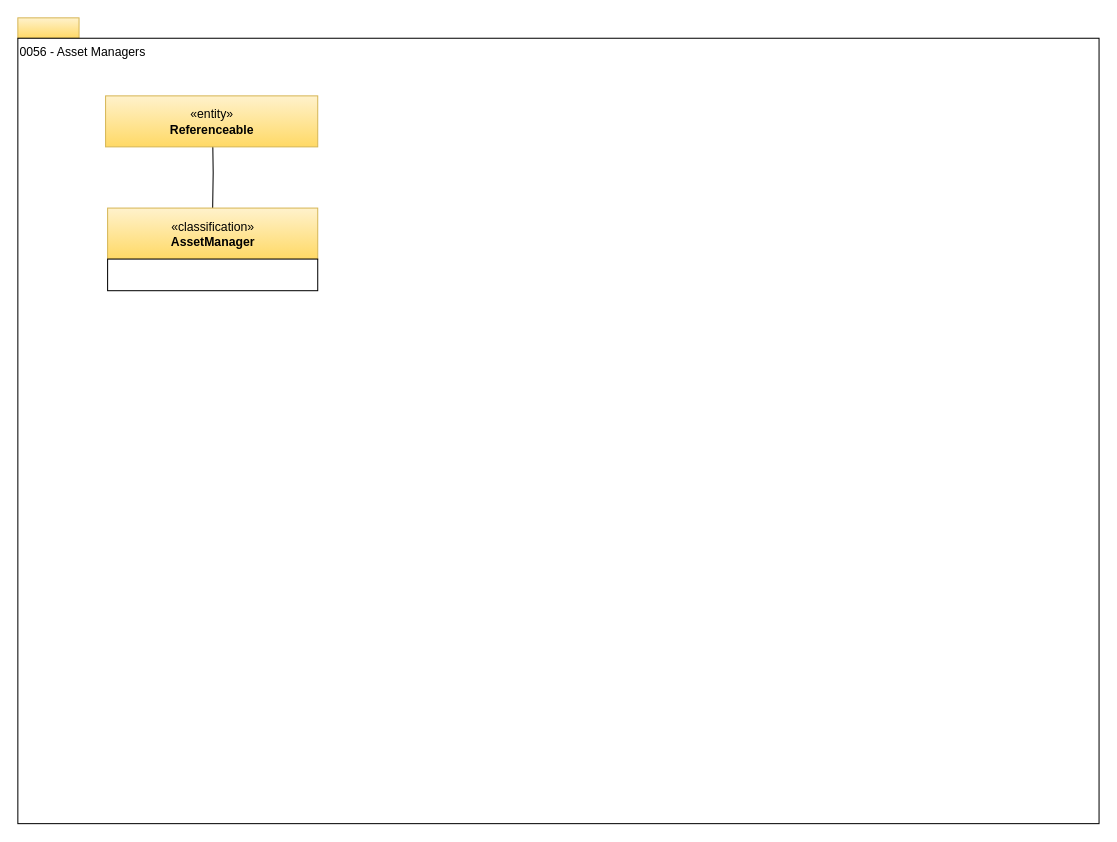
Before: page "0056-Asset-Managers" (19 of 22) of open-metadata-publication/website/open-metadata-types/area-0-basic-types-and-infrastructure.drawio in odpi/egeria, a draw.io diagram. Source tidied: cells renumbered, new cells numbered last; positions are measured from the earlier drawing's top-left corner, leaving out a move shared by most shapes. Both pictures are drawn from the tidied source at 102%, with x=0, y=0 at pixel (17, 17).
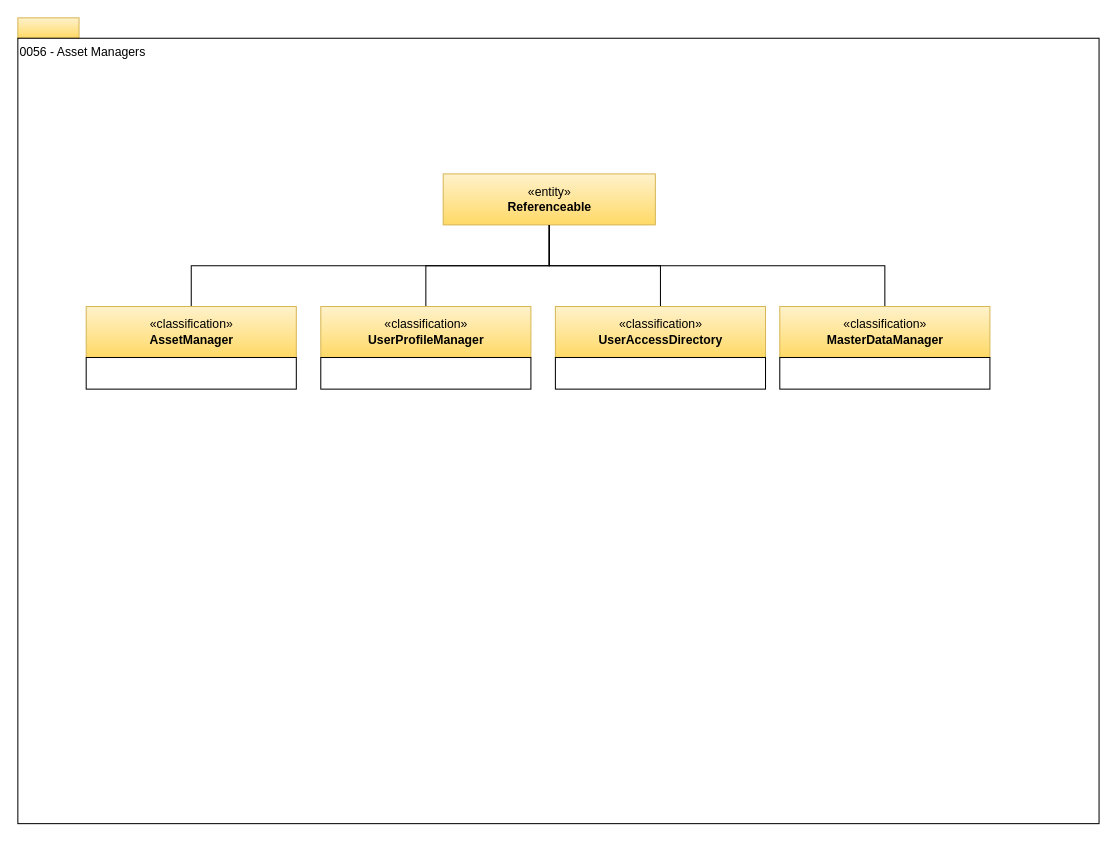
Above is the later version.

Change to the diagram source:
```diff
@@
 <mxGraphModel>
   <root>
     <mxCell id="0" />
     <mxCell id="1" parent="0" />
     <mxCell id="2" style="rounded=0;whiteSpace=wrap;html=1;align=left;fillColor=#fff2cc;strokeColor=#d6b656;gradientColor=#ffd966;" parent="1" vertex="1">
       <mxGeometry width="60" height="20" as="geometry" />
     </mxCell>
     <mxCell id="3" value="0056 - Asset Managers" style="rounded=0;whiteSpace=wrap;html=1;align=left;verticalAlign=top;" parent="1" vertex="1">
       <mxGeometry y="20" width="1060" height="770" as="geometry" />
     </mxCell>
-    <mxCell id="4" style="edgeStyle=orthogonalEdgeStyle;rounded=0;html=1;endArrow=none;endFill=0;jettySize=auto;" parent="1" edge="1" target="5">
-      <mxGeometry relative="1" as="geometry">
-        <mxPoint x="191" y="115.5" as="sourcePoint" />
-      </mxGeometry>
+    <mxCell id="4" style="edgeStyle=orthogonalEdgeStyle;rounded=0;html=1;endArrow=none;endFill=0;jettySize=auto;exitX=0.5;exitY=1;exitDx=0;exitDy=0;" parent="1" edge="1" source="7" target="5">
+      <mxGeometry relative="1" as="geometry" />
     </mxCell>
-    <mxCell id="5" value="«classification»&lt;br&gt;&lt;b&gt;AssetManager&lt;/b&gt;" style="html=1;strokeColor=#d6b656;align=center;fillColor=#fff2cc;gradientColor=#ffd966;" parent="1" vertex="1">
-      <mxGeometry x="88" y="186.5" width="206" height="50" as="geometry" />
+    <mxCell id="5" value="«classification»&lt;br&gt;&lt;b&gt;UserAccessDirectory&lt;/b&gt;" style="html=1;strokeColor=#d6b656;align=center;fillColor=#fff2cc;gradientColor=#ffd966;" parent="1" vertex="1">
+      <mxGeometry x="527" y="283" width="206" height="50" as="geometry" />
     </mxCell>
     <mxCell id="6" style="rounded=0;whiteSpace=wrap;html=1;strokeColor=#000000;gradientColor=#ffffff;align=center;" parent="1" vertex="1">
-      <mxGeometry x="88" y="236.5" width="206" height="31" as="geometry" />
+      <mxGeometry x="527" y="333" width="206" height="31" as="geometry" />
     </mxCell>
     <mxCell id="7" value="«entity»&lt;br&gt;&lt;b&gt;Referenceable&lt;/b&gt;" style="html=1;strokeColor=#d6b656;align=center;fillColor=#fff2cc;gradientColor=#ffd966;" parent="1" vertex="1">
-      <mxGeometry x="86" y="76.5" width="208" height="50" as="geometry" />
+      <mxGeometry x="417" y="153" width="208" height="50" as="geometry" />
     </mxCell>
+    <mxCell id="8" style="edgeStyle=orthogonalEdgeStyle;rounded=0;html=1;endArrow=none;endFill=0;jettySize=auto;exitX=0.5;exitY=1;exitDx=0;exitDy=0;" parent="1" edge="1" source="7" target="9">
+      <mxGeometry relative="1" as="geometry" />
+    </mxCell>
+    <mxCell id="9" value="«classification»&lt;br&gt;&lt;b&gt;UserProfileManager&lt;/b&gt;" style="html=1;strokeColor=#d6b656;align=center;fillColor=#fff2cc;gradientColor=#ffd966;" parent="1" vertex="1">
+      <mxGeometry x="297" y="283" width="206" height="50" as="geometry" />
+    </mxCell>
+    <mxCell id="10" style="rounded=0;whiteSpace=wrap;html=1;strokeColor=#000000;gradientColor=#ffffff;align=center;" parent="1" vertex="1">
+      <mxGeometry x="297" y="333" width="206" height="31" as="geometry" />
+    </mxCell>
+    <mxCell id="11" style="edgeStyle=orthogonalEdgeStyle;rounded=0;html=1;endArrow=none;endFill=0;jettySize=auto;exitX=0.5;exitY=1;exitDx=0;exitDy=0;" parent="1" edge="1" source="7" target="12">
+      <mxGeometry relative="1" as="geometry" />
+    </mxCell>
+    <mxCell id="12" value="«classification»&lt;br&gt;&lt;b&gt;AssetManager&lt;/b&gt;" style="html=1;strokeColor=#d6b656;align=center;fillColor=#fff2cc;gradientColor=#ffd966;" parent="1" vertex="1">
+      <mxGeometry x="67" y="283" width="206" height="50" as="geometry" />
+    </mxCell>
+    <mxCell id="13" style="rounded=0;whiteSpace=wrap;html=1;strokeColor=#000000;gradientColor=#ffffff;align=center;" parent="1" vertex="1">
+      <mxGeometry x="67" y="333" width="206" height="31" as="geometry" />
+    </mxCell>
+    <mxCell id="14" style="edgeStyle=orthogonalEdgeStyle;rounded=0;html=1;endArrow=none;endFill=0;jettySize=auto;exitX=0.5;exitY=1;exitDx=0;exitDy=0;" parent="1" edge="1" source="7" target="15">
+      <mxGeometry relative="1" as="geometry" />
+    </mxCell>
+    <mxCell id="15" value="«classification»&lt;br&gt;&lt;b&gt;MasterDataManager&lt;/b&gt;" style="html=1;strokeColor=#d6b656;align=center;fillColor=#fff2cc;gradientColor=#ffd966;" parent="1" vertex="1">
+      <mxGeometry x="747" y="283" width="206" height="50" as="geometry" />
+    </mxCell>
+    <mxCell id="16" style="rounded=0;whiteSpace=wrap;html=1;strokeColor=#000000;gradientColor=#ffffff;align=center;" parent="1" vertex="1">
+      <mxGeometry x="747" y="333" width="206" height="31" as="geometry" />
+    </mxCell>
   </root>
 </mxGraphModel>
```
